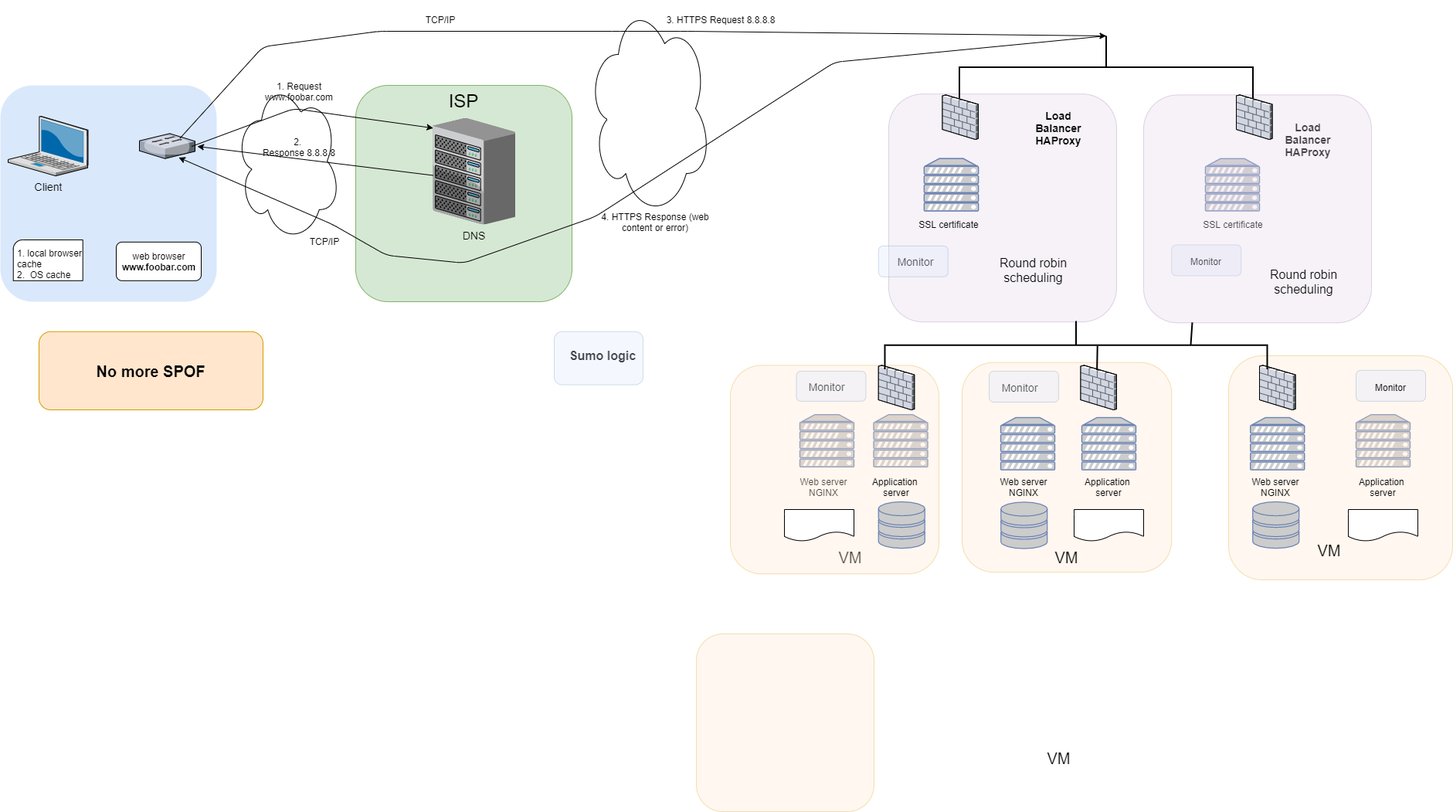
Before: 0x09-web_infrastructure_design/images/3-scale_up.png, a diagram exported from draw.io (huy75/holberton-system_engineering-devops). Source tidied: cells renumbered, new cells last; positions are measured from the earlier drawing's top-left corner, leaving out a move shared by most shapes.
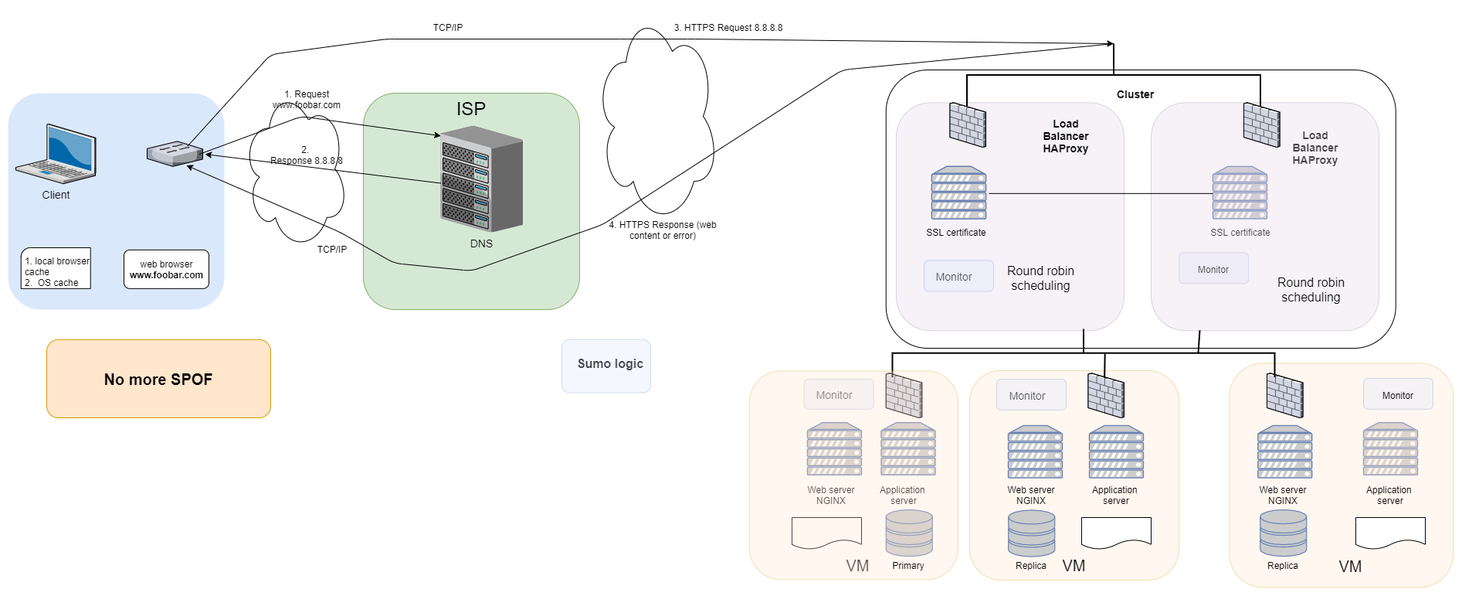
Above is the later version.

Change to the diagram source:
```diff
@@ -50,7 +50,7 @@
       <mxGeometry x="1020.5" y="724" width="90" height="20" as="geometry" />
     </mxCell>
     <mxCell id="16" style="whiteSpace=wrap;html=1;fillColor=#e1d5e7;strokeColor=#9673a6;opacity=30;rounded=1;" parent="1" vertex="1">
-      <mxGeometry x="1150" y="225.1" width="295" height="295" as="geometry" />
+      <mxGeometry x="1150" y="226.3" width="295" height="295" as="geometry" />
     </mxCell>
     <mxCell id="17" value="&lt;span style=&quot;font-weight: normal&quot;&gt;&lt;font style=&quot;font-size: 20px&quot;&gt;VM&lt;/font&gt;&lt;/span&gt;" style="text;strokeColor=none;fillColor=none;html=1;fontSize=24;fontStyle=1;verticalAlign=middle;align=center;" parent="1" vertex="1">
       <mxGeometry x="1050" y="804" width="100" height="40" as="geometry" />
@@ -100,9 +100,6 @@
     <mxCell id="27" value="Application&amp;nbsp; server" style="text;html=1;strokeColor=none;fillColor=none;align=center;verticalAlign=middle;whiteSpace=wrap;rounded=0;" parent="1" vertex="1">
       <mxGeometry x="1390" y="724" width="90" height="20" as="geometry" />
     </mxCell>
-    <mxCell id="28" style="whiteSpace=wrap;html=1;fillColor=#ffe6cc;strokeColor=#d79b00;opacity=30;rounded=1;" parent="1" vertex="1">
-      <mxGeometry x="945" y="576.4" width="270" height="270" as="geometry" />
-    </mxCell>
     <mxCell id="29" style="fontColor=#0066CC;verticalAlign=top;verticalLabelPosition=bottom;labelPosition=center;align=center;html=1;fillColor=#CCCCCC;strokeColor=#6881B3;gradientColor=none;gradientDirection=north;strokeWidth=2;shape=mxgraph.networks.server;" parent="1" vertex="1">
       <mxGeometry x="1196" y="308.8" width="70" height="67.7" as="geometry" />
     </mxCell>
@@ -125,7 +122,7 @@
       <mxGeometry x="1176" y="384" width="104" height="20" as="geometry" />
     </mxCell>
     <mxCell id="36" value="&lt;font style=&quot;font-size: 14px&quot;&gt;Monitor&lt;/font&gt;" style="text;html=1;strokeColor=none;fillColor=none;align=center;verticalAlign=middle;whiteSpace=wrap;rounded=0;opacity=30;" parent="1" vertex="1">
-      <mxGeometry x="1165" y="431.8" width="40" height="20" as="geometry" />
+      <mxGeometry x="1205" y="441.2" width="40" height="20" as="geometry" />
     </mxCell>
     <mxCell id="37" value="&lt;font style=&quot;font-size: 14px&quot;&gt;Monitor&lt;/font&gt;" style="text;html=1;strokeColor=none;fillColor=none;align=center;verticalAlign=middle;whiteSpace=wrap;rounded=0;opacity=30;" parent="1" vertex="1">
       <mxGeometry x="1050" y="594" width="40" height="20" as="geometry" />
@@ -140,7 +137,7 @@
       <mxGeometry x="1030.5" y="584" width="90" height="38.8" as="geometry" />
     </mxCell>
     <mxCell id="41" style="rounded=1;whiteSpace=wrap;html=1;fillColor=#dae8fc;opacity=30;strokeColor=#6c8ebf;" parent="1" vertex="1">
-      <mxGeometry x="1136.8" y="421.8" width="90" height="40" as="geometry" />
+      <mxGeometry x="1186" y="430.4" width="90" height="40" as="geometry" />
     </mxCell>
     <mxCell id="42" value="&lt;font style=&quot;font-size: 16px&quot;&gt;&lt;b&gt;Sumo logic&lt;/b&gt;&lt;/font&gt;" style="text;html=1;strokeColor=none;fillColor=none;align=center;verticalAlign=middle;whiteSpace=wrap;rounded=0;opacity=30;" parent="1" vertex="1">
       <mxGeometry x="730" y="554" width="100" height="20" as="geometry" />
@@ -177,9 +174,6 @@
     <mxCell id="52" value="Application&amp;nbsp; server" style="text;html=1;strokeColor=none;fillColor=none;align=center;verticalAlign=middle;whiteSpace=wrap;rounded=0;" parent="1" vertex="1">
       <mxGeometry x="1115" y="724" width="90" height="20" as="geometry" />
     </mxCell>
-    <mxCell id="53" style="whiteSpace=wrap;html=1;fillColor=#ffe6cc;strokeColor=#d79b00;opacity=30;rounded=1;" parent="1" vertex="1">
-      <mxGeometry x="901" y="924" width="230" height="230" as="geometry" />
-    </mxCell>
     <mxCell id="54" style="fontColor=#0066CC;verticalAlign=top;verticalLabelPosition=bottom;labelPosition=center;align=center;html=1;fillColor=#CCCCCC;strokeColor=#6881B3;gradientColor=none;gradientDirection=north;strokeWidth=2;shape=mxgraph.networks.storage;" parent="1" vertex="1">
       <mxGeometry x="1136.8" y="753" width="60" height="60.1" as="geometry" />
     </mxCell>
@@ -198,9 +192,6 @@
     <mxCell id="59" value="TCP/IP" style="text;html=1;strokeColor=none;fillColor=none;align=center;verticalAlign=middle;whiteSpace=wrap;rounded=0;" parent="1" vertex="1">
       <mxGeometry x="400" y="406.5" width="40" height="20" as="geometry" />
     </mxCell>
-    <mxCell id="60" value="&lt;span style=&quot;font-weight: normal&quot;&gt;&lt;font style=&quot;font-size: 20px&quot;&gt;VM&lt;/font&gt;&lt;/span&gt;" style="text;strokeColor=none;fillColor=none;html=1;fontSize=24;fontStyle=1;verticalAlign=middle;align=center;" parent="1" vertex="1">
-      <mxGeometry x="1320" y="1064" width="100" height="40" as="geometry" />
-    </mxCell>
     <mxCell id="61" style="rounded=1;whiteSpace=wrap;html=1;fillColor=#dae8fc;opacity=30;strokeColor=#6c8ebf;" parent="1" vertex="1">
       <mxGeometry x="1516.2" y="420.4" width="90" height="40" as="geometry" />
     </mxCell>
@@ -217,7 +208,7 @@
       <mxGeometry x="1600" y="226.3" width="46.5" height="57.6" as="geometry" />
     </mxCell>
     <mxCell id="66" style="whiteSpace=wrap;html=1;fillColor=#ffe6cc;strokeColor=#d79b00;opacity=30;rounded=1;" parent="1" vertex="1">
-      <mxGeometry x="1590" y="564" width="290" height="290" as="geometry" />
+      <mxGeometry x="1581.2" y="563.4" width="290" height="290" as="geometry" />
     </mxCell>
     <mxCell id="67" style="rounded=1;whiteSpace=wrap;html=1;fillColor=#dae8fc;opacity=30;strokeColor=#6c8ebf;" parent="1" vertex="1">
       <mxGeometry x="1755" y="582.8" width="90" height="40" as="geometry" />
@@ -244,7 +235,7 @@
       <mxGeometry x="1745" y="763" width="90" height="41" as="geometry" />
     </mxCell>
     <mxCell id="75" value="&lt;span style=&quot;font-weight: normal&quot;&gt;&lt;font style=&quot;font-size: 20px&quot;&gt;VM&lt;/font&gt;&lt;/span&gt;" style="text;strokeColor=none;fillColor=none;html=1;fontSize=24;fontStyle=1;verticalAlign=middle;align=center;" parent="1" vertex="1">
-      <mxGeometry x="1670" y="795.2" width="100" height="40" as="geometry" />
+      <mxGeometry x="1688.2" y="805.2" width="100" height="40" as="geometry" />
     </mxCell>
     <mxCell id="76" value="Monitor" style="text;html=1;strokeColor=none;fillColor=none;align=center;verticalAlign=middle;whiteSpace=wrap;rounded=0;" parent="1" vertex="1">
       <mxGeometry x="1780" y="595.2" width="40" height="20" as="geometry" />
@@ -264,5 +255,26 @@
     <mxCell id="81" value="1. local browser cache&lt;br&gt;2.&amp;nbsp; OS cache" style="text;html=1;strokeColor=none;fillColor=none;align=left;verticalAlign=middle;whiteSpace=wrap;rounded=0;" parent="1" vertex="1">
       <mxGeometry x="20" y="420.4" width="103.3" height="50" as="geometry" />
     </mxCell>
+    <mxCell id="82" style="rounded=1;whiteSpace=wrap;html=1;fillColor=none;" parent="1" vertex="1">
+      <mxGeometry x="1136.8" y="184" width="660" height="360" as="geometry" />
+    </mxCell>
+    <mxCell id="83" style="endArrow=none;html=1;entryX=0.641;entryY=0.444;entryDx=0;entryDy=0;entryPerimeter=0;exitX=0.202;exitY=0.444;exitDx=0;exitDy=0;exitPerimeter=0;" parent="1" edge="1" source="82" target="82">
+      <mxGeometry relative="1" as="geometry" />
+    </mxCell>
+    <mxCell id="84" value="&lt;font style=&quot;font-size: 14px&quot;&gt;&lt;b&gt;Cluster&lt;/b&gt;&lt;/font&gt;" style="text;html=1;strokeColor=none;fillColor=none;align=center;verticalAlign=middle;whiteSpace=wrap;rounded=0;" parent="1" vertex="1">
+      <mxGeometry x="1440" y="204" width="40" height="22.8" as="geometry" />
+    </mxCell>
+    <mxCell id="85" style="whiteSpace=wrap;html=1;fillColor=#ffe6cc;strokeColor=#d79b00;opacity=30;rounded=1;" parent="1" vertex="1">
+      <mxGeometry x="960" y="573.4" width="270" height="270" as="geometry" />
+    </mxCell>
+    <mxCell id="86" value="Primary" style="text;html=1;strokeColor=none;fillColor=none;align=center;verticalAlign=middle;whiteSpace=wrap;rounded=0;" parent="1" vertex="1">
+      <mxGeometry x="1120.5" y="815.2" width="90" height="20" as="geometry" />
+    </mxCell>
+    <mxCell id="87" value="Replica" style="text;html=1;strokeColor=none;fillColor=none;align=center;verticalAlign=middle;whiteSpace=wrap;rounded=0;" parent="1" vertex="1">
+      <mxGeometry x="1280" y="815.2" width="90" height="20" as="geometry" />
+    </mxCell>
+    <mxCell id="88" value="Replica" style="text;html=1;strokeColor=none;fillColor=none;align=center;verticalAlign=middle;whiteSpace=wrap;rounded=0;" parent="1" vertex="1">
+      <mxGeometry x="1606.2" y="815.2" width="90" height="20" as="geometry" />
+    </mxCell>
   </root>
 </mxGraphModel>
```
